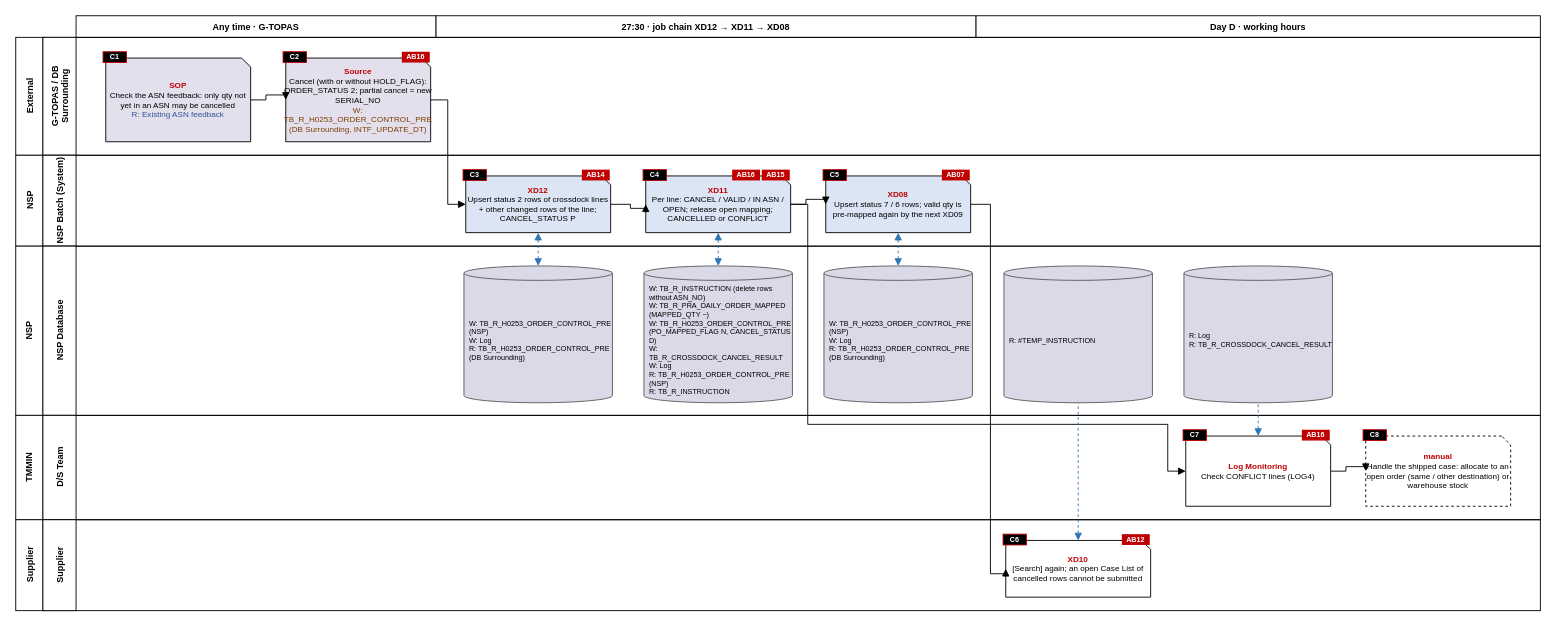
Above: page "F3 Cancel Crossdock Customer Order" (3 of 3) of deliverables/function_list_v2/bpf/Crossdock_BPF_Level2.drawio in ivanrayhannn/crossdockpoc (draw.io), before the change. Source tidied: cells renumbered, new cells numbered last; positions are measured from the earlier drawing's top-left corner, leaving out a move shared by most shapes. Both pictures are drawn from the tidied source at 90%, with x=0, y=0 at pixel (15, 15).
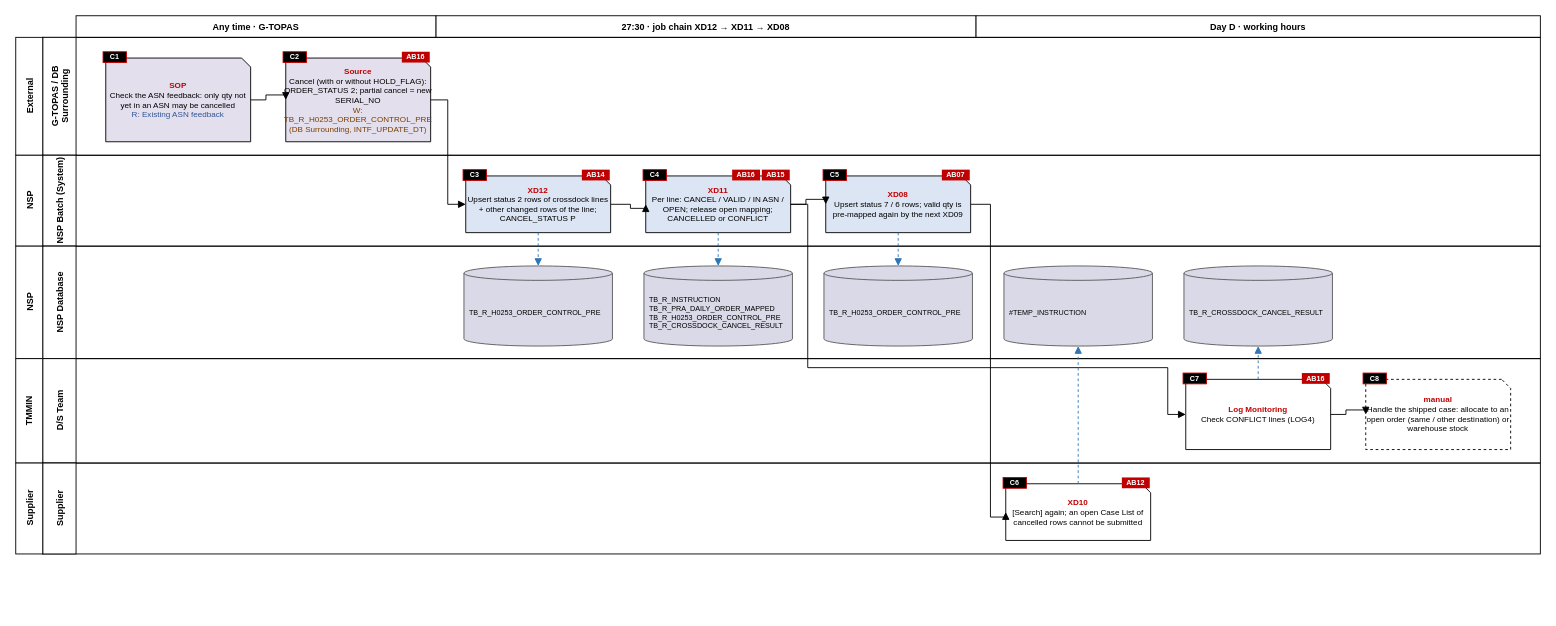
The same diagram, later.

The change refers to these unchanged cells:
```xml
<mxCell id="25" value="&lt;font color=&quot;#C00000&quot;&gt;&lt;b&gt;XD12&lt;/b&gt;&lt;/font&gt;&lt;br&gt;&lt;font color=&quot;#000000&quot;&gt;Upsert status 2 rows of crossdock lines + other changed rows of the line; CANCEL_STATUS P&lt;/font&gt;" style="shape=card;flipH=1;size=10;whiteSpace=wrap;html=1;fillColor=#DBE5F4;strokeColor=#000000;fontSize=9;" parent="1" vertex="1">
  <mxGeometry x="500" y="178" width="161" height="63" as="geometry" />
</mxCell>
<mxCell id="28" value="&lt;font color=&quot;#C00000&quot;&gt;&lt;b&gt;XD11&lt;/b&gt;&lt;/font&gt;&lt;br&gt;&lt;font color=&quot;#000000&quot;&gt;Per line: CANCEL / VALID / IN ASN / OPEN; release open mapping; CANCELLED or CONFLICT&lt;/font&gt;" style="shape=card;flipH=1;size=10;whiteSpace=wrap;html=1;fillColor=#DBE5F4;strokeColor=#000000;fontSize=9;" parent="1" vertex="1">
  <mxGeometry x="700" y="178" width="161" height="63" as="geometry" />
</mxCell>
<mxCell id="32" value="&lt;font color=&quot;#C00000&quot;&gt;&lt;b&gt;XD08&lt;/b&gt;&lt;/font&gt;&lt;br&gt;&lt;font color=&quot;#000000&quot;&gt;Upsert status 7 / 6 rows; valid qty is pre-mapped again by the next XD09&lt;/font&gt;" style="shape=card;flipH=1;size=10;whiteSpace=wrap;html=1;fillColor=#DBE5F4;strokeColor=#000000;fontSize=9;" parent="1" vertex="1">
  <mxGeometry x="900" y="178" width="161" height="63" as="geometry" />
</mxCell>
```

The edit, as a diff of the source:
```diff
@@
     <mxCell id="11" style="rounded=0;fillColor=none;strokeColor=#000000;" parent="1" vertex="1">
-      <mxGeometry x="30" y="256" width="1664" height="188" as="geometry" />
+      <mxGeometry x="30" y="256" width="1664" height="125" as="geometry" />
     </mxCell>
     <mxCell id="12" value="NSP Database" style="rounded=0;whiteSpace=wrap;html=1;horizontal=0;fontStyle=1;fontSize=10;fillColor=#FFFFFF;" parent="1" vertex="1">
-      <mxGeometry x="30" y="256" width="37" height="188" as="geometry" />
+      <mxGeometry x="30" y="256" width="37" height="125" as="geometry" />
     </mxCell>
     <mxCell id="13" value="NSP" style="rounded=0;whiteSpace=wrap;html=1;horizontal=0;fontStyle=1;fontSize=10;fillColor=#FFFFFF;" parent="1" vertex="1">
-      <mxGeometry y="256" width="30" height="188" as="geometry" />
+      <mxGeometry y="256" width="30" height="125" as="geometry" />
     </mxCell>
     <mxCell id="14" style="rounded=0;fillColor=none;strokeColor=#000000;" parent="1" vertex="1">
-      <mxGeometry x="30" y="444" width="1664" height="116" as="geometry" />
+      <mxGeometry x="30" y="381" width="1664" height="116" as="geometry" />
     </mxCell>
     <mxCell id="15" value="D/S Team" style="rounded=0;whiteSpace=wrap;html=1;horizontal=0;fontStyle=1;fontSize=10;fillColor=#FFFFFF;" parent="1" vertex="1">
-      <mxGeometry x="30" y="444" width="37" height="116" as="geometry" />
+      <mxGeometry x="30" y="381" width="37" height="116" as="geometry" />
     </mxCell>
     <mxCell id="16" value="TMMIN" style="rounded=0;whiteSpace=wrap;html=1;horizontal=0;fontStyle=1;fontSize=10;fillColor=#FFFFFF;" parent="1" vertex="1">
-      <mxGeometry y="444" width="30" height="116" as="geometry" />
+      <mxGeometry y="381" width="30" height="116" as="geometry" />
     </mxCell>
     <mxCell id="17" style="rounded=0;fillColor=none;strokeColor=#000000;" parent="1" vertex="1">
-      <mxGeometry x="30" y="560" width="1664" height="101" as="geometry" />
+      <mxGeometry x="30" y="497" width="1664" height="101" as="geometry" />
     </mxCell>
     <mxCell id="18" value="Supplier" style="rounded=0;whiteSpace=wrap;html=1;horizontal=0;fontStyle=1;fontSize=10;fillColor=#FFFFFF;" parent="1" vertex="1">
-      <mxGeometry x="30" y="560" width="37" height="101" as="geometry" />
+      <mxGeometry x="30" y="497" width="37" height="101" as="geometry" />
     </mxCell>
     <mxCell id="19" value="Supplier" style="rounded=0;whiteSpace=wrap;html=1;horizontal=0;fontStyle=1;fontSize=10;fillColor=#FFFFFF;" parent="1" vertex="1">
-      <mxGeometry y="560" width="30" height="101" as="geometry" />
+      <mxGeometry y="497" width="30" height="101" as="geometry" />
     </mxCell>
@@
     <mxCell id="35" value="&lt;font color=&quot;#C00000&quot;&gt;&lt;b&gt;XD10&lt;/b&gt;&lt;/font&gt;&lt;br&gt;&lt;font color=&quot;#000000&quot;&gt;[Search] again; an open Case List of cancelled rows cannot be submitted&lt;/font&gt;" style="shape=card;flipH=1;size=10;whiteSpace=wrap;html=1;fillColor=#FFFFFF;strokeColor=#000000;fontSize=9;" parent="1" vertex="1">
-      <mxGeometry x="1100" y="583" width="161" height="63" as="geometry" />
+      <mxGeometry x="1100" y="520" width="161" height="63" as="geometry" />
     </mxCell>
     <mxCell id="36" value="C6" style="rounded=0;fillColor=#000000;strokeColor=#C00000;fontColor=#FFFFFF;fontStyle=1;fontSize=8;" parent="1" vertex="1">
-      <mxGeometry x="1097" y="576" width="26" height="12" as="geometry" />
+      <mxGeometry x="1097" y="513" width="26" height="12" as="geometry" />
     </mxCell>
     <mxCell id="37" value="AB12" style="rounded=0;fillColor=#C00000;strokeColor=none;fontColor=#FFFFFF;fontStyle=1;fontSize=8;" parent="1" vertex="1">
-      <mxGeometry x="1229" y="576" width="31" height="12" as="geometry" />
+      <mxGeometry x="1229" y="513" width="31" height="12" as="geometry" />
     </mxCell>
     <mxCell id="38" value="&lt;font color=&quot;#C00000&quot;&gt;&lt;b&gt;Log Monitoring&lt;/b&gt;&lt;/font&gt;&lt;br&gt;&lt;font color=&quot;#000000&quot;&gt;Check CONFLICT lines (LOG4)&lt;/font&gt;" style="shape=card;flipH=1;size=10;whiteSpace=wrap;html=1;fillColor=#FFFFFF;strokeColor=#000000;fontSize=9;" parent="1" vertex="1">
-      <mxGeometry x="1300" y="467" width="161" height="78" as="geometry" />
+      <mxGeometry x="1300" y="404" width="161" height="78" as="geometry" />
     </mxCell>
     <mxCell id="39" value="C7" style="rounded=0;fillColor=#000000;strokeColor=#C00000;fontColor=#FFFFFF;fontStyle=1;fontSize=8;" parent="1" vertex="1">
-      <mxGeometry x="1297" y="460" width="26" height="12" as="geometry" />
+      <mxGeometry x="1297" y="397" width="26" height="12" as="geometry" />
     </mxCell>
     <mxCell id="40" value="AB16" style="rounded=0;fillColor=#C00000;strokeColor=none;fontColor=#FFFFFF;fontStyle=1;fontSize=8;" parent="1" vertex="1">
-      <mxGeometry x="1429" y="460" width="31" height="12" as="geometry" />
+      <mxGeometry x="1429" y="397" width="31" height="12" as="geometry" />
     </mxCell>
     <mxCell id="41" value="&lt;font color=&quot;#C00000&quot;&gt;&lt;b&gt;manual&lt;/b&gt;&lt;/font&gt;&lt;br&gt;&lt;font color=&quot;#000000&quot;&gt;Handle the shipped case: allocate to an open order (same / other destination) or warehouse stock&lt;/font&gt;" style="shape=card;flipH=1;size=10;whiteSpace=wrap;html=1;fillColor=#FFFFFF;strokeColor=#000000;dashed=1;fontSize=9;" parent="1" vertex="1">
-      <mxGeometry x="1500" y="467" width="161" height="78" as="geometry" />
+      <mxGeometry x="1500" y="404" width="161" height="78" as="geometry" />
     </mxCell>
     <mxCell id="42" value="C8" style="rounded=0;fillColor=#000000;strokeColor=#C00000;fontColor=#FFFFFF;fontStyle=1;fontSize=8;" parent="1" vertex="1">
-      <mxGeometry x="1497" y="460" width="26" height="12" as="geometry" />
+      <mxGeometry x="1497" y="397" width="26" height="12" as="geometry" />
     </mxCell>
-    <mxCell id="43" value="W: TB_R_H0253_ORDER_CONTROL_PRE (NSP)&lt;br&gt;W: Log&lt;br&gt;R: TB_R_H0253_ORDER_CONTROL_PRE (DB Surrounding)" style="shape=cylinder3;whiteSpace=wrap;html=1;boundedLbl=1;size=8;fillColor=#D9D9E8;strokeColor=#595959;fontSize=8;align=left;spacingLeft=4;" parent="1" vertex="1">
-      <mxGeometry x="498" y="278" width="165" height="152" as="geometry" />
+    <mxCell id="43" value="TB_R_H0253_ORDER_CONTROL_PRE" style="shape=cylinder3;whiteSpace=wrap;html=1;boundedLbl=1;size=8;fillColor=#D9D9E8;strokeColor=#595959;fontSize=8;align=left;spacingLeft=4;" parent="1" vertex="1">
+      <mxGeometry x="498" y="278" width="165" height="89" as="geometry" />
     </mxCell>
-    <mxCell id="44" value="W: TB_R_INSTRUCTION (delete rows without ASN_NO)&lt;br&gt;W: TB_R_PRA_DAILY_ORDER_MAPPED (MAPPED_QTY −)&lt;br&gt;W: TB_R_H0253_ORDER_CONTROL_PRE (PO_MAPPED_FLAG N, CANCEL_STATUS D)&lt;br&gt;W: TB_R_CROSSDOCK_CANCEL_RESULT&lt;br&gt;W: Log&lt;br&gt;R: TB_R_H0253_ORDER_CONTROL_PRE (NSP)&lt;br&gt;R: TB_R_INSTRUCTION" style="shape=cylinder3;whiteSpace=wrap;html=1;boundedLbl=1;size=8;fillColor=#D9D9E8;strokeColor=#595959;fontSize=8;align=left;spacingLeft=4;" parent="1" vertex="1">
-      <mxGeometry x="698" y="278" width="165" height="152" as="geometry" />
+    <mxCell id="44" value="TB_R_INSTRUCTION&lt;br&gt;TB_R_PRA_DAILY_ORDER_MAPPED&lt;br&gt;TB_R_H0253_ORDER_CONTROL_PRE&lt;br&gt;TB_R_CROSSDOCK_CANCEL_RESULT" style="shape=cylinder3;whiteSpace=wrap;html=1;boundedLbl=1;size=8;fillColor=#D9D9E8;strokeColor=#595959;fontSize=8;align=left;spacingLeft=4;" parent="1" vertex="1">
+      <mxGeometry x="698" y="278" width="165" height="89" as="geometry" />
     </mxCell>
-    <mxCell id="45" value="W: TB_R_H0253_ORDER_CONTROL_PRE (NSP)&lt;br&gt;W: Log&lt;br&gt;R: TB_R_H0253_ORDER_CONTROL_PRE (DB Surrounding)" style="shape=cylinder3;whiteSpace=wrap;html=1;boundedLbl=1;size=8;fillColor=#D9D9E8;strokeColor=#595959;fontSize=8;align=left;spacingLeft=4;" parent="1" vertex="1">
-      <mxGeometry x="898" y="278" width="165" height="152" as="geometry" />
+    <mxCell id="45" value="TB_R_H0253_ORDER_CONTROL_PRE" style="shape=cylinder3;whiteSpace=wrap;html=1;boundedLbl=1;size=8;fillColor=#D9D9E8;strokeColor=#595959;fontSize=8;align=left;spacingLeft=4;" parent="1" vertex="1">
+      <mxGeometry x="898" y="278" width="165" height="89" as="geometry" />
     </mxCell>
-    <mxCell id="46" value="R: #TEMP_INSTRUCTION" style="shape=cylinder3;whiteSpace=wrap;html=1;boundedLbl=1;size=8;fillColor=#D9D9E8;strokeColor=#595959;fontSize=8;align=left;spacingLeft=4;" parent="1" vertex="1">
-      <mxGeometry x="1098" y="278" width="165" height="152" as="geometry" />
+    <mxCell id="46" value="#TEMP_INSTRUCTION" style="shape=cylinder3;whiteSpace=wrap;html=1;boundedLbl=1;size=8;fillColor=#D9D9E8;strokeColor=#595959;fontSize=8;align=left;spacingLeft=4;" parent="1" vertex="1">
+      <mxGeometry x="1098" y="278" width="165" height="89" as="geometry" />
     </mxCell>
-    <mxCell id="47" value="R: Log&lt;br&gt;R: TB_R_CROSSDOCK_CANCEL_RESULT" style="shape=cylinder3;whiteSpace=wrap;html=1;boundedLbl=1;size=8;fillColor=#D9D9E8;strokeColor=#595959;fontSize=8;align=left;spacingLeft=4;" parent="1" vertex="1">
-      <mxGeometry x="1298" y="278" width="165" height="152" as="geometry" />
+    <mxCell id="47" value="TB_R_CROSSDOCK_CANCEL_RESULT" style="shape=cylinder3;whiteSpace=wrap;html=1;boundedLbl=1;size=8;fillColor=#D9D9E8;strokeColor=#595959;fontSize=8;align=left;spacingLeft=4;" parent="1" vertex="1">
+      <mxGeometry x="1298" y="278" width="165" height="89" as="geometry" />
     </mxCell>
@@
     <mxCell id="52" style="edgeStyle=orthogonalEdgeStyle;rounded=0;html=1;endArrow=block;endFill=1;exitX=1;exitY=0.5;entryX=0;entryY=0.5;" parent="1" edge="1" source="28" target="38">
       <mxGeometry relative="1" as="geometry">
         <Array as="points">
           <mxPoint x="880" y="209" />
-          <mxPoint x="880" y="454" />
-          <mxPoint x="1280" y="454" />
-          <mxPoint x="1280" y="506" />
+          <mxPoint x="880" y="391" />
+          <mxPoint x="1280" y="391" />
+          <mxPoint x="1280" y="443" />
         </Array>
       </mxGeometry>
     </mxCell>
     <mxCell id="53" style="edgeStyle=orthogonalEdgeStyle;rounded=0;html=1;endArrow=block;endFill=1;exitX=1;exitY=0.5;entryX=0;entryY=0.5;" parent="1" edge="1" source="32" target="35">
       <mxGeometry relative="1" as="geometry">
         <Array as="points">
           <mxPoint x="1083" y="209" />
-          <mxPoint x="1083" y="620" />
+          <mxPoint x="1083" y="557" />
         </Array>
       </mxGeometry>
     </mxCell>
     <mxCell id="54" style="edgeStyle=orthogonalEdgeStyle;rounded=0;html=1;endArrow=block;endFill=1;exitX=1;exitY=0.5;entryX=0;entryY=0.5;" parent="1" edge="1" source="38" target="41">
       <mxGeometry relative="1" as="geometry">
         <Array as="points">
-          <mxPoint x="1478" y="506" />
-          <mxPoint x="1478" y="501" />
+          <mxPoint x="1478" y="443" />
+          <mxPoint x="1478" y="438" />
         </Array>
       </mxGeometry>
     </mxCell>
-    <mxCell id="55" style="edgeStyle=orthogonalEdgeStyle;dashed=1;html=1;strokeColor=#2E75B6;endArrow=block;startArrow=block;" parent="1" edge="1" source="25" target="43">
+    <mxCell id="55" style="edgeStyle=orthogonalEdgeStyle;dashed=1;html=1;strokeColor=#2E75B6;endArrow=block;startArrow=none;" parent="1" edge="1" source="25" target="43">
       <mxGeometry relative="1" as="geometry" />
     </mxCell>
-    <mxCell id="56" style="edgeStyle=orthogonalEdgeStyle;dashed=1;html=1;strokeColor=#2E75B6;endArrow=block;startArrow=block;" parent="1" edge="1" source="28" target="44">
+    <mxCell id="56" style="edgeStyle=orthogonalEdgeStyle;dashed=1;html=1;strokeColor=#2E75B6;endArrow=block;startArrow=none;" parent="1" edge="1" source="28" target="44">
       <mxGeometry relative="1" as="geometry" />
     </mxCell>
-    <mxCell id="57" style="edgeStyle=orthogonalEdgeStyle;dashed=1;html=1;strokeColor=#2E75B6;endArrow=block;startArrow=block;" parent="1" edge="1" source="32" target="45">
+    <mxCell id="57" style="edgeStyle=orthogonalEdgeStyle;dashed=1;html=1;strokeColor=#2E75B6;endArrow=block;startArrow=none;" parent="1" edge="1" source="32" target="45">
       <mxGeometry relative="1" as="geometry" />
     </mxCell>
-    <mxCell id="58" style="edgeStyle=orthogonalEdgeStyle;dashed=1;html=1;strokeColor=#2E75B6;endArrow=none;startArrow=block;" parent="1" edge="1" source="35" target="46">
+    <mxCell id="58" style="edgeStyle=orthogonalEdgeStyle;dashed=1;html=1;strokeColor=#2E75B6;endArrow=block;startArrow=none;" parent="1" edge="1" source="35" target="46">
       <mxGeometry relative="1" as="geometry" />
     </mxCell>
-    <mxCell id="59" style="edgeStyle=orthogonalEdgeStyle;dashed=1;html=1;strokeColor=#2E75B6;endArrow=none;startArrow=block;" parent="1" edge="1" source="38" target="47">
+    <mxCell id="59" style="edgeStyle=orthogonalEdgeStyle;dashed=1;html=1;strokeColor=#2E75B6;endArrow=block;startArrow=none;" parent="1" edge="1" source="38" target="47">
       <mxGeometry relative="1" as="geometry" />
     </mxCell>
```
